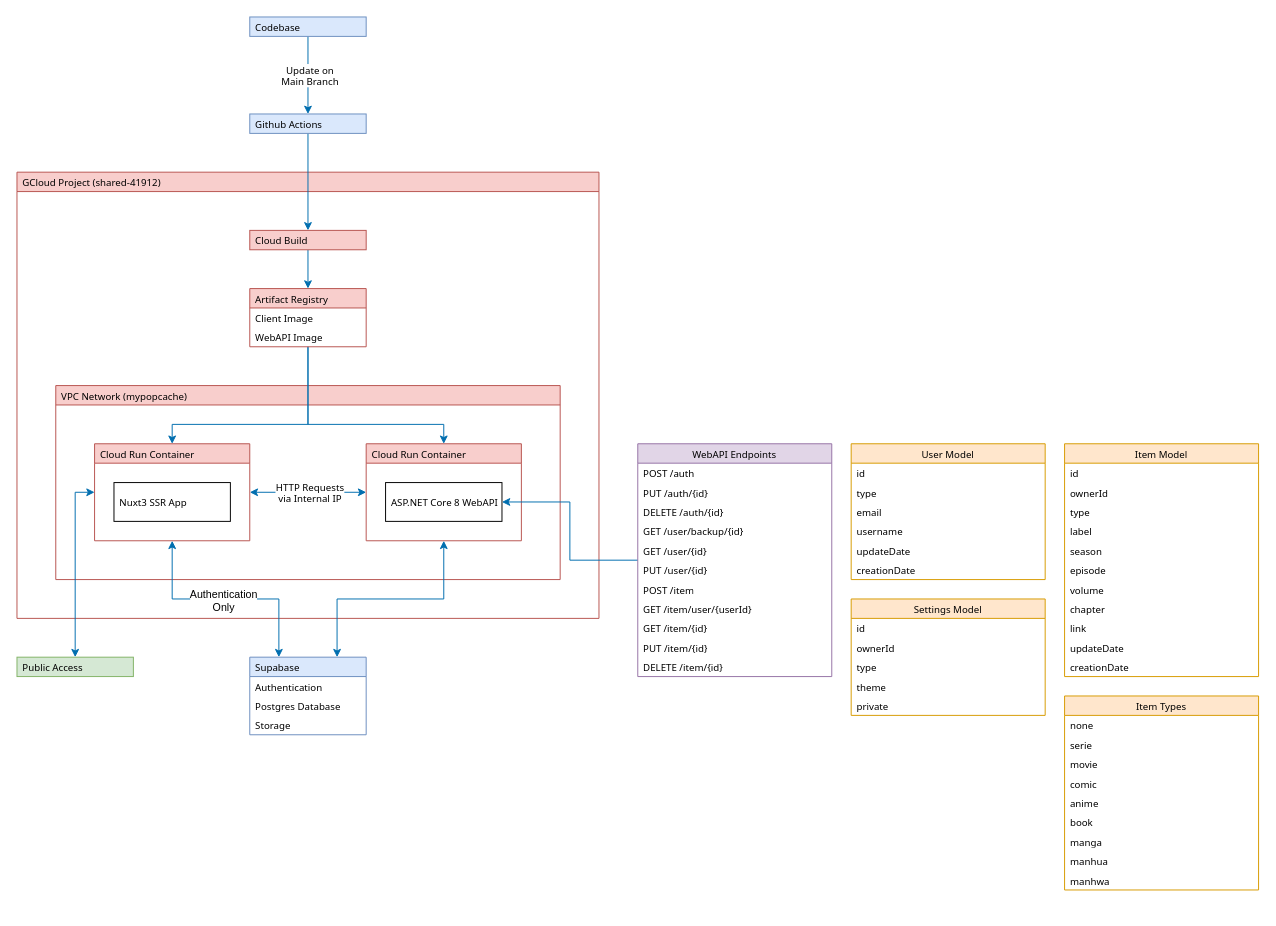
Earlier version of the draw.io diagram Infrastructure.drawio (hs-wolf/mypopcache). Source tidied: cells renumbered, new cells numbered last; positions are measured from the earlier drawing's top-left corner, leaving out a move shared by most shapes. Both pictures are drawn from the tidied source at 97%, with x=0, y=0 at pixel (16, 16).
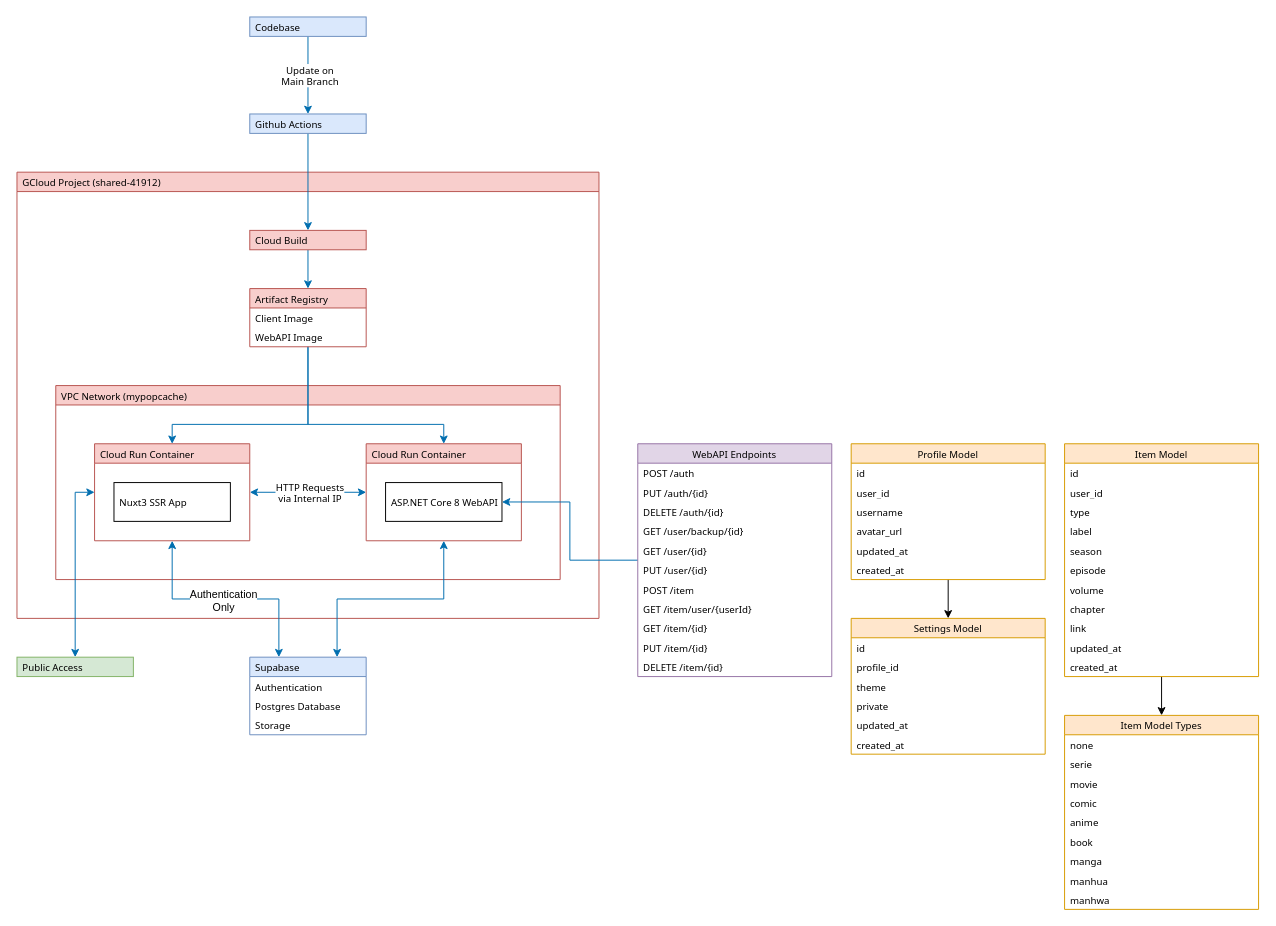
Above is the later version.

Unchanged cells that the change refers to:
```xml
<mxCell id="50" value="Item Model" style="swimlane;fontStyle=0;horizontal=1;startSize=20;whiteSpace=wrap;html=1;fillColor=#ffe6cc;strokeColor=#d79b00;fontFamily=Tahoma;fontSize=10;" parent="1" vertex="1">
  <mxGeometry x="1080" y="440" width="200" height="240" as="geometry" />
</mxCell>
```

The edit, as a diff of the source:
```diff
@@
+    <mxCell id="78" style="edgeStyle=orthogonalEdgeStyle;rounded=0;jettySize=auto;html=1;" parent="1" edge="1" source="43" target="72">
+      <mxGeometry relative="1" as="geometry" />
+    </mxCell>
-    <mxCell id="43" value="User Model" style="swimlane;fontStyle=0;horizontal=1;startSize=20;whiteSpace=wrap;html=1;fillColor=#ffe6cc;strokeColor=#d79b00;fontFamily=Tahoma;fontSize=10;" parent="1" vertex="1">
+    <mxCell id="43" value="&lt;div&gt;Profile Model&lt;/div&gt;" style="swimlane;fontStyle=0;horizontal=1;startSize=20;whiteSpace=wrap;html=1;fillColor=#ffe6cc;strokeColor=#d79b00;fontFamily=Tahoma;fontSize=10;" parent="1" vertex="1">
       <mxGeometry x="860" y="440" width="200" height="140" as="geometry" />
     </mxCell>
@@
-    <mxCell id="45" value="type" style="text;strokeColor=none;fillColor=none;align=left;verticalAlign=middle;spacingLeft=4;spacingRight=4;overflow=hidden;whiteSpace=wrap;html=1;fontFamily=Tahoma;fontSize=10;" parent="43" vertex="1">
-      <mxGeometry y="40" width="200" height="20" as="geometry" />
-    </mxCell>
-    <mxCell id="46" value="email" style="text;strokeColor=none;fillColor=none;align=left;verticalAlign=middle;spacingLeft=4;spacingRight=4;overflow=hidden;whiteSpace=wrap;html=1;fontFamily=Tahoma;fontSize=10;" parent="43" vertex="1">
-      <mxGeometry y="60" width="200" height="20" as="geometry" />
-    </mxCell>
+    <mxCell id="79" value="&lt;div&gt;user_id&lt;/div&gt;" style="text;strokeColor=none;fillColor=none;align=left;verticalAlign=middle;spacingLeft=4;spacingRight=4;overflow=hidden;whiteSpace=wrap;html=1;fontFamily=Tahoma;fontSize=10;" parent="43" vertex="1">
+      <mxGeometry y="40" width="200" height="20" as="geometry" />
+    </mxCell>
     <mxCell id="47" value="username" style="text;strokeColor=none;fillColor=none;align=left;verticalAlign=middle;spacingLeft=4;spacingRight=4;overflow=hidden;whiteSpace=wrap;html=1;fontFamily=Tahoma;fontSize=10;" parent="43" vertex="1">
-      <mxGeometry y="80" width="200" height="20" as="geometry" />
+      <mxGeometry y="60" width="200" height="20" as="geometry" />
     </mxCell>
+    <mxCell id="80" value="avatar_url" style="text;strokeColor=none;fillColor=none;align=left;verticalAlign=middle;spacingLeft=4;spacingRight=4;overflow=hidden;whiteSpace=wrap;html=1;fontFamily=Tahoma;fontSize=10;" parent="43" vertex="1">
+      <mxGeometry y="80" width="200" height="20" as="geometry" />
+    </mxCell>
-    <mxCell id="48" value="updateDate" style="text;strokeColor=none;fillColor=none;align=left;verticalAlign=middle;spacingLeft=4;spacingRight=4;overflow=hidden;whiteSpace=wrap;html=1;fontFamily=Tahoma;fontSize=10;" parent="43" vertex="1">
+    <mxCell id="48" value="&lt;div&gt;updated_at&lt;/div&gt;" style="text;strokeColor=none;fillColor=none;align=left;verticalAlign=middle;spacingLeft=4;spacingRight=4;overflow=hidden;whiteSpace=wrap;html=1;fontFamily=Tahoma;fontSize=10;" parent="43" vertex="1">
       <mxGeometry y="100" width="200" height="20" as="geometry" />
     </mxCell>
-    <mxCell id="49" value="creationDate" style="text;strokeColor=none;fillColor=none;align=left;verticalAlign=middle;spacingLeft=4;spacingRight=4;overflow=hidden;whiteSpace=wrap;html=1;fontFamily=Tahoma;fontSize=10;" parent="43" vertex="1">
+    <mxCell id="49" value="created_at" style="text;strokeColor=none;fillColor=none;align=left;verticalAlign=middle;spacingLeft=4;spacingRight=4;overflow=hidden;whiteSpace=wrap;html=1;fontFamily=Tahoma;fontSize=10;" parent="43" vertex="1">
       <mxGeometry y="120" width="200" height="20" as="geometry" />
     </mxCell>
+    <mxCell id="81" style="edgeStyle=orthogonalEdgeStyle;rounded=0;jettySize=auto;html=1;" parent="1" edge="1" source="50" target="62">
+      <mxGeometry relative="1" as="geometry" />
+    </mxCell>
@@
-    <mxCell id="52" value="ownerId" style="text;strokeColor=none;fillColor=none;align=left;verticalAlign=middle;spacingLeft=4;spacingRight=4;overflow=hidden;whiteSpace=wrap;html=1;fontFamily=Tahoma;fontSize=10;" parent="50" vertex="1">
+    <mxCell id="52" value="&lt;div&gt;user_id&lt;/div&gt;" style="text;strokeColor=none;fillColor=none;align=left;verticalAlign=middle;spacingLeft=4;spacingRight=4;overflow=hidden;whiteSpace=wrap;html=1;fontFamily=Tahoma;fontSize=10;" parent="50" vertex="1">
       <mxGeometry y="40" width="200" height="20" as="geometry" />
     </mxCell>
@@
-    <mxCell id="60" value="updateDate" style="text;strokeColor=none;fillColor=none;align=left;verticalAlign=middle;spacingLeft=4;spacingRight=4;overflow=hidden;whiteSpace=wrap;html=1;fontFamily=Tahoma;fontSize=10;" parent="50" vertex="1">
+    <mxCell id="60" value="&lt;div&gt;updated_at&lt;/div&gt;" style="text;strokeColor=none;fillColor=none;align=left;verticalAlign=middle;spacingLeft=4;spacingRight=4;overflow=hidden;whiteSpace=wrap;html=1;fontFamily=Tahoma;fontSize=10;" parent="50" vertex="1">
       <mxGeometry y="200" width="200" height="20" as="geometry" />
     </mxCell>
-    <mxCell id="61" value="creationDate" style="text;strokeColor=none;fillColor=none;align=left;verticalAlign=middle;spacingLeft=4;spacingRight=4;overflow=hidden;whiteSpace=wrap;html=1;fontFamily=Tahoma;fontSize=10;" parent="50" vertex="1">
+    <mxCell id="61" value="created_at" style="text;strokeColor=none;fillColor=none;align=left;verticalAlign=middle;spacingLeft=4;spacingRight=4;overflow=hidden;whiteSpace=wrap;html=1;fontFamily=Tahoma;fontSize=10;" parent="50" vertex="1">
       <mxGeometry y="220" width="200" height="20" as="geometry" />
     </mxCell>
-    <mxCell id="62" value="Item Types" style="swimlane;fontStyle=0;horizontal=1;startSize=20;whiteSpace=wrap;html=1;fillColor=#ffe6cc;strokeColor=#d79b00;fontFamily=Tahoma;fontSize=10;" parent="1" vertex="1">
-      <mxGeometry x="1080" y="700" width="200" height="200" as="geometry" />
+    <mxCell id="62" value="Item Model Types" style="swimlane;fontStyle=0;horizontal=1;startSize=20;whiteSpace=wrap;html=1;fillColor=#ffe6cc;strokeColor=#d79b00;fontFamily=Tahoma;fontSize=10;" parent="1" vertex="1">
+      <mxGeometry x="1080" y="720" width="200" height="200" as="geometry" />
     </mxCell>
@@
     <mxCell id="72" value="Settings Model" style="swimlane;fontStyle=0;horizontal=1;startSize=20;whiteSpace=wrap;html=1;fillColor=#ffe6cc;strokeColor=#d79b00;fontFamily=Tahoma;fontSize=10;" parent="1" vertex="1">
-      <mxGeometry x="860" y="600" width="200" height="120" as="geometry" />
+      <mxGeometry x="860" y="620" width="200" height="140" as="geometry" />
     </mxCell>
@@
-    <mxCell id="74" value="ownerId" style="text;strokeColor=none;fillColor=none;align=left;verticalAlign=middle;spacingLeft=4;spacingRight=4;overflow=hidden;whiteSpace=wrap;html=1;fontFamily=Tahoma;fontSize=10;" parent="72" vertex="1">
+    <mxCell id="74" value="profile_id" style="text;strokeColor=none;fillColor=none;align=left;verticalAlign=middle;spacingLeft=4;spacingRight=4;overflow=hidden;whiteSpace=wrap;html=1;fontFamily=Tahoma;fontSize=10;" parent="72" vertex="1">
       <mxGeometry y="40" width="200" height="20" as="geometry" />
     </mxCell>
-    <mxCell id="75" value="type" style="text;strokeColor=none;fillColor=none;align=left;verticalAlign=middle;spacingLeft=4;spacingRight=4;overflow=hidden;whiteSpace=wrap;html=1;fontFamily=Tahoma;fontSize=10;" parent="72" vertex="1">
-      <mxGeometry y="60" width="200" height="20" as="geometry" />
-    </mxCell>
     <mxCell id="76" value="theme" style="text;strokeColor=none;fillColor=none;align=left;verticalAlign=middle;spacingLeft=4;spacingRight=4;overflow=hidden;whiteSpace=wrap;html=1;fontFamily=Tahoma;fontSize=10;" parent="72" vertex="1">
-      <mxGeometry y="80" width="200" height="20" as="geometry" />
+      <mxGeometry y="60" width="200" height="20" as="geometry" />
     </mxCell>
     <mxCell id="77" value="private" style="text;strokeColor=none;fillColor=none;align=left;verticalAlign=middle;spacingLeft=4;spacingRight=4;overflow=hidden;whiteSpace=wrap;html=1;fontFamily=Tahoma;fontSize=10;" parent="72" vertex="1">
-      <mxGeometry y="100" width="200" height="20" as="geometry" />
+      <mxGeometry y="80" width="200" height="20" as="geometry" />
     </mxCell>
+    <mxCell id="82" value="&lt;div&gt;updated_at&lt;/div&gt;" style="text;strokeColor=none;fillColor=none;align=left;verticalAlign=middle;spacingLeft=4;spacingRight=4;overflow=hidden;whiteSpace=wrap;html=1;fontFamily=Tahoma;fontSize=10;" parent="72" vertex="1">
+      <mxGeometry y="100" width="200" height="20" as="geometry" />
+    </mxCell>
+    <mxCell id="83" value="created_at" style="text;strokeColor=none;fillColor=none;align=left;verticalAlign=middle;spacingLeft=4;spacingRight=4;overflow=hidden;whiteSpace=wrap;html=1;fontFamily=Tahoma;fontSize=10;" parent="72" vertex="1">
+      <mxGeometry y="120" width="200" height="20" as="geometry" />
+    </mxCell>
```
